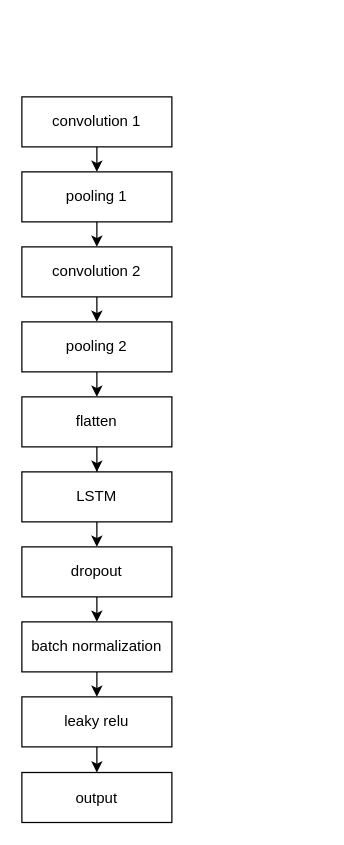
Before: Report/drawio/CNN+LSTM.drawio in AkaiKen/Drug-Molecular-Toxicity-Prediction, a draw.io diagram. Source tidied: cells renumbered, new cells numbered last; positions are measured from the earlier drawing's top-left corner, leaving out a move shared by most shapes. Both pictures are drawn from the tidied source at 125%, with x=0, y=0 at pixel (21, 96).
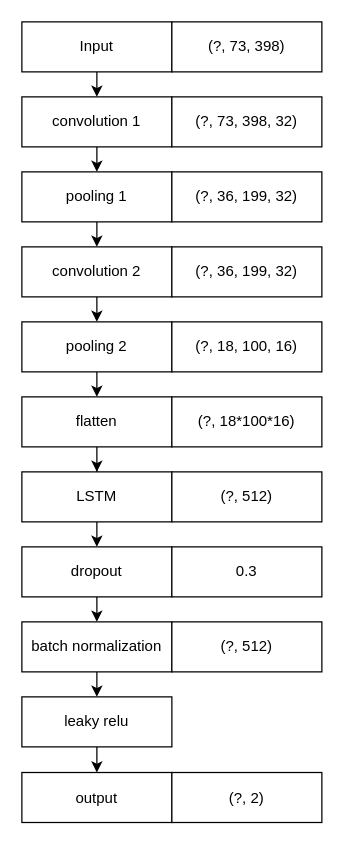
After the change.

The change refers to these unchanged cells:
```xml
<mxCell id="3" value="convolution 1" style="rounded=0;whiteSpace=wrap;html=1;" parent="1" vertex="1">
  <mxGeometry width="120" height="40" as="geometry" />
</mxCell>
```

Change to the diagram source:
```diff
@@
+    <mxCell id="21" value="(?, 73, 398, 32)" style="rounded=0;whiteSpace=wrap;html=1;" parent="1" vertex="1">
+      <mxGeometry x="120" width="120" height="40" as="geometry" />
+    </mxCell>
+    <mxCell id="22" value="(?, 36, 199, 32)" style="rounded=0;whiteSpace=wrap;html=1;" parent="1" vertex="1">
+      <mxGeometry x="120" y="60" width="120" height="40" as="geometry" />
+    </mxCell>
+    <mxCell id="23" style="edgeStyle=orthogonalEdgeStyle;rounded=0;jettySize=auto;html=1;exitX=0.5;exitY=1;exitDx=0;exitDy=0;entryX=0.5;entryY=0;entryDx=0;entryDy=0;" parent="1" edge="1" source="24" target="3">
+      <mxGeometry relative="1" as="geometry" />
+    </mxCell>
+    <mxCell id="24" value="Input" style="rounded=0;whiteSpace=wrap;html=1;" parent="1" vertex="1">
+      <mxGeometry y="-60" width="120" height="40" as="geometry" />
+    </mxCell>
+    <mxCell id="25" value="(?, 73, 398)" style="rounded=0;whiteSpace=wrap;html=1;" parent="1" vertex="1">
+      <mxGeometry x="120" y="-60" width="120" height="40" as="geometry" />
+    </mxCell>
+    <mxCell id="26" value="(?, 36, 199, 32)" style="rounded=0;whiteSpace=wrap;html=1;" parent="1" vertex="1">
+      <mxGeometry x="120" y="120" width="120" height="40" as="geometry" />
+    </mxCell>
+    <mxCell id="27" value="(?, 18, 100, 16)" style="rounded=0;whiteSpace=wrap;html=1;" parent="1" vertex="1">
+      <mxGeometry x="120" y="180" width="120" height="40" as="geometry" />
+    </mxCell>
+    <mxCell id="28" value="(?, 18*100*16)" style="rounded=0;whiteSpace=wrap;html=1;" parent="1" vertex="1">
+      <mxGeometry x="120" y="240" width="120" height="40" as="geometry" />
+    </mxCell>
+    <mxCell id="29" value="(?, 512)" style="rounded=0;whiteSpace=wrap;html=1;" parent="1" vertex="1">
+      <mxGeometry x="120" y="300" width="120" height="40" as="geometry" />
+    </mxCell>
+    <mxCell id="30" value="0.3" style="rounded=0;whiteSpace=wrap;html=1;" parent="1" vertex="1">
+      <mxGeometry x="120" y="360" width="120" height="40" as="geometry" />
+    </mxCell>
+    <mxCell id="31" value="(?, 512)" style="rounded=0;whiteSpace=wrap;html=1;" parent="1" vertex="1">
+      <mxGeometry x="120" y="420" width="120" height="40" as="geometry" />
+    </mxCell>
+    <mxCell id="32" value="(?, 2)" style="rounded=0;whiteSpace=wrap;html=1;" parent="1" vertex="1">
+      <mxGeometry x="120" y="540.5" width="120" height="40" as="geometry" />
+    </mxCell>
```
